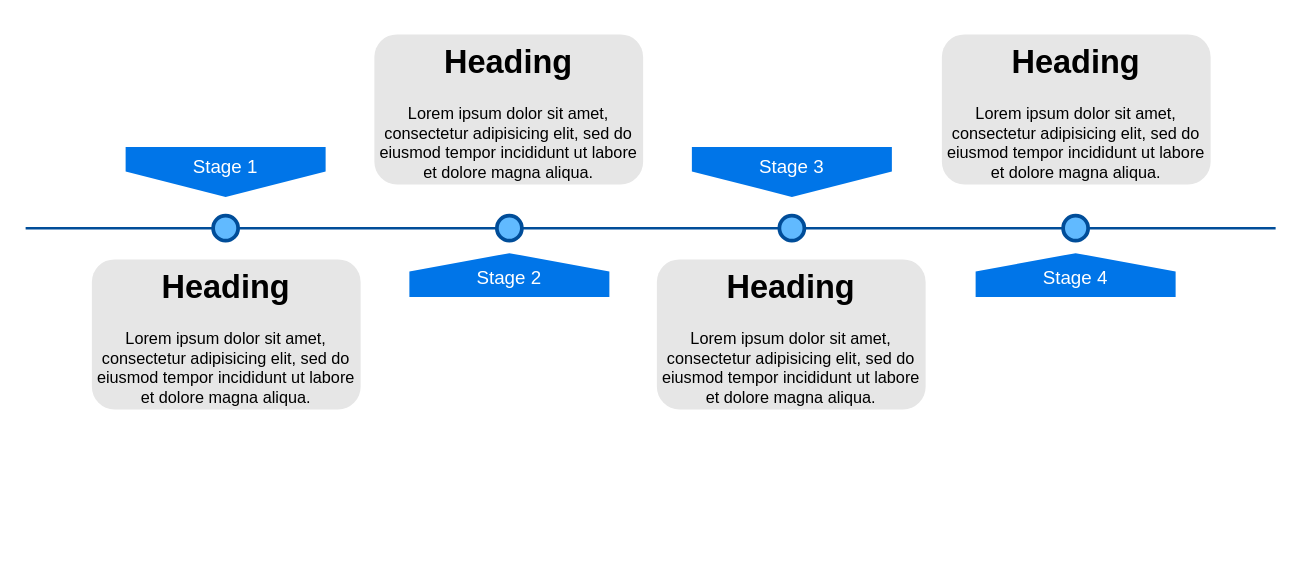
Above: files/3.drawio in hezhongfeng/DRAWIO (draw.io), before the change. Source tidied: cells renumbered, new cells numbered last; positions are measured from the earlier drawing's top-left corner, leaving out a move shared by most shapes. Both pictures are drawn from the tidied source at 125%, with x=0, y=0 at pixel (25, 34).
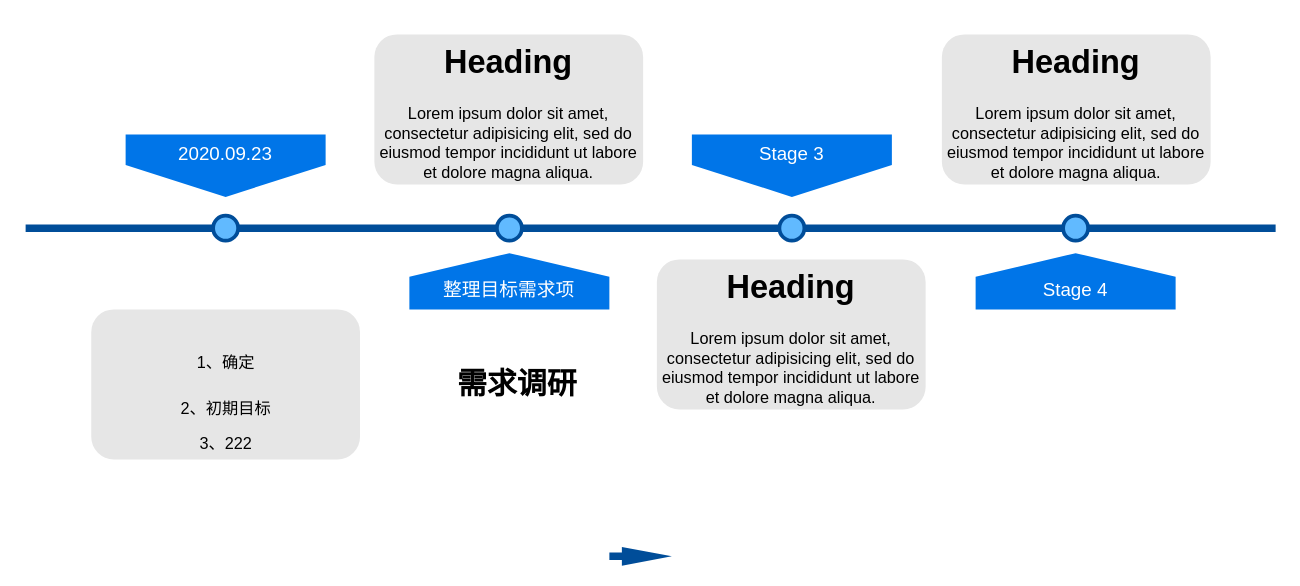
Above is the later version.

The edit, as a diff of the source:
```diff
@@
 <mxGraphModel background="#ffffff">
   <root>
     <mxCell id="0" />
     <mxCell id="1" parent="0" />
-    <mxCell id="2" style="line;strokeWidth=2;html=1;fillColor=none;fontSize=28;fontColor=#004D99;strokeColor=#004D99;" parent="1" vertex="1">
+    <mxCell id="2" style="line;strokeWidth=6;html=1;fillColor=none;fontSize=28;fontColor=#004D99;strokeColor=#004D99;" parent="1" vertex="1">
       <mxGeometry y="150" width="1000" height="10" as="geometry" />
     </mxCell>
-    <mxCell id="3" value="Stage 1" style="shape=offPageConnector;whiteSpace=wrap;html=1;fillColor=#0075E8;fontSize=15;fontColor=#FFFFFF;size=0.5093750000000015;verticalAlign=top;strokeColor=none;" parent="1" vertex="1">
-      <mxGeometry x="80" y="90" width="160" height="40" as="geometry" />
+    <mxCell id="3" value="2020.09.23" style="shape=offPageConnector;whiteSpace=wrap;html=1;fillColor=#0075E8;fontSize=15;fontColor=#FFFFFF;size=0.5093750000000015;verticalAlign=top;strokeColor=none;" parent="1" vertex="1">
+      <mxGeometry x="80" y="80" width="160" height="50" as="geometry" />
     </mxCell>
     <mxCell id="4" value="&lt;span&gt;Stage 3&lt;/span&gt;" style="shape=offPageConnector;whiteSpace=wrap;html=1;fillColor=#0075E8;fontSize=15;fontColor=#FFFFFF;size=0.5093750000000015;verticalAlign=top;strokeColor=none;" parent="1" vertex="1">
-      <mxGeometry x="533" y="90" width="160" height="40" as="geometry" />
+      <mxGeometry x="533" y="80" width="160" height="50" as="geometry" />
     </mxCell>
-    <mxCell id="5" value="&lt;span&gt;Stage 2&lt;/span&gt;" style="shape=offPageConnector;whiteSpace=wrap;html=1;fillColor=#0075E8;fontSize=15;fontColor=#FFFFFF;size=0.4178571428571445;flipV=1;verticalAlign=bottom;strokeColor=none;spacingBottom=4;" parent="1" vertex="1">
-      <mxGeometry x="307" y="175" width="160" height="35" as="geometry" />
+    <mxCell id="5" value="&lt;span&gt;整理目标需求项&lt;/span&gt;" style="shape=offPageConnector;whiteSpace=wrap;html=1;fillColor=#0075E8;fontSize=15;fontColor=#FFFFFF;size=0.4178571428571445;flipV=1;verticalAlign=bottom;strokeColor=none;spacingBottom=4;" parent="1" vertex="1">
+      <mxGeometry x="307" y="175" width="160" height="45" as="geometry" />
     </mxCell>
     <mxCell id="6" value="&lt;span&gt;Stage 4&lt;/span&gt;" style="shape=offPageConnector;whiteSpace=wrap;html=1;fillColor=#0075E8;fontSize=15;fontColor=#FFFFFF;size=0.4178571428571445;flipV=1;verticalAlign=bottom;strokeColor=none;spacingBottom=4;" parent="1" vertex="1">
-      <mxGeometry x="760" y="175" width="160" height="35" as="geometry" />
+      <mxGeometry x="760" y="175" width="160" height="45" as="geometry" />
     </mxCell>
     <mxCell id="7" style="ellipse;whiteSpace=wrap;html=1;fillColor=#61BAFF;fontSize=28;fontColor=#004D99;strokeWidth=3;strokeColor=#004D99;" parent="1" vertex="1">
       <mxGeometry x="150" y="145" width="20" height="20" as="geometry" />
     </mxCell>
     <mxCell id="8" style="ellipse;whiteSpace=wrap;html=1;fillColor=#61BAFF;fontSize=28;fontColor=#004D99;strokeWidth=3;strokeColor=#004D99;" parent="1" vertex="1">
       <mxGeometry x="377" y="145" width="20" height="20" as="geometry" />
     </mxCell>
     <mxCell id="9" style="ellipse;whiteSpace=wrap;html=1;fillColor=#61BAFF;fontSize=28;fontColor=#004D99;strokeWidth=3;strokeColor=#004D99;" parent="1" vertex="1">
       <mxGeometry x="603" y="145" width="20" height="20" as="geometry" />
     </mxCell>
     <mxCell id="10" style="ellipse;whiteSpace=wrap;html=1;fillColor=#61BAFF;fontSize=28;fontColor=#004D99;strokeWidth=3;strokeColor=#004D99;" parent="1" vertex="1">
       <mxGeometry x="830" y="145" width="20" height="20" as="geometry" />
     </mxCell>
-    <mxCell id="11" value="&lt;h1&gt;Heading&lt;/h1&gt;&lt;p&gt;Lorem ipsum dolor sit amet, consectetur adipisicing elit, sed do eiusmod tempor incididunt ut labore et dolore magna aliqua.&lt;/p&gt;" style="text;html=1;spacing=5;spacingTop=-20;whiteSpace=wrap;overflow=hidden;strokeColor=none;strokeWidth=3;fillColor=#E6E6E6;fontSize=13;fontColor=#000000;align=center;rounded=1;" parent="1" vertex="1">
-      <mxGeometry x="53" y="180" width="215" height="120" as="geometry" />
+    <mxCell id="11" value="&lt;h1&gt;&lt;span style=&quot;font-size: 13px ; font-weight: normal&quot;&gt;1、确定&lt;/span&gt;&lt;br&gt;&lt;/h1&gt;&lt;p&gt;2、初期目标&lt;/p&gt;&lt;p&gt;3、222&lt;/p&gt;" style="text;html=1;spacing=5;spacingTop=0;whiteSpace=wrap;overflow=hidden;strokeColor=none;strokeWidth=3;fillColor=#E6E6E6;fontSize=13;fontColor=#000000;align=center;rounded=1;verticalAlign=middle;labelPosition=center;verticalLabelPosition=middle;labelBorderColor=none;" parent="1" vertex="1">
+      <mxGeometry x="52.5" y="220" width="215" height="120" as="geometry" />
     </mxCell>
     <mxCell id="12" value="&lt;h1&gt;Heading&lt;/h1&gt;&lt;p&gt;Lorem ipsum dolor sit amet, consectetur adipisicing elit, sed do eiusmod tempor incididunt ut labore et dolore magna aliqua.&lt;/p&gt;" style="text;html=1;spacing=5;spacingTop=-20;whiteSpace=wrap;overflow=hidden;strokeColor=none;strokeWidth=3;fillColor=#E6E6E6;fontSize=13;fontColor=#000000;align=center;rounded=1;" parent="1" vertex="1">
       <mxGeometry x="279" width="215" height="120" as="geometry" />
     </mxCell>
     <mxCell id="13" value="&lt;h1&gt;Heading&lt;/h1&gt;&lt;p&gt;Lorem ipsum dolor sit amet, consectetur adipisicing elit, sed do eiusmod tempor incididunt ut labore et dolore magna aliqua.&lt;/p&gt;" style="text;html=1;spacing=5;spacingTop=-20;whiteSpace=wrap;overflow=hidden;strokeColor=none;strokeWidth=3;fillColor=#E6E6E6;fontSize=13;fontColor=#000000;align=center;rounded=1;" parent="1" vertex="1">
       <mxGeometry x="505" y="180" width="215" height="120" as="geometry" />
     </mxCell>
     <mxCell id="14" value="&lt;h1&gt;Heading&lt;/h1&gt;&lt;p&gt;Lorem ipsum dolor sit amet, consectetur adipisicing elit, sed do eiusmod tempor incididunt ut labore et dolore magna aliqua.&lt;/p&gt;" style="text;html=1;spacing=5;spacingTop=-20;whiteSpace=wrap;overflow=hidden;strokeColor=none;strokeWidth=3;fillColor=#E6E6E6;fontSize=13;fontColor=#000000;align=center;rounded=1;" parent="1" vertex="1">
       <mxGeometry x="733" width="215" height="120" as="geometry" />
     </mxCell>
+    <mxCell id="15" style="html=1;shadow=0;dashed=0;align=center;verticalAlign=middle;shape=mxgraph.arrows2.arrow;dy=0.6;dx=40;notch=0;strokeWidth=6;fillColor=#004D99;strokeColor=none;" parent="1" vertex="1">
+      <mxGeometry x="467" y="410" width="50" height="15" as="geometry" />
+    </mxCell>
+    <mxCell id="16" value="&lt;h1&gt;需求调研&lt;/h1&gt;" style="text;html=1;strokeColor=none;fillColor=none;align=center;verticalAlign=middle;whiteSpace=wrap;rounded=0;" parent="1" vertex="1">
+      <mxGeometry x="337" y="270" width="113" height="20" as="geometry" />
+    </mxCell>
   </root>
 </mxGraphModel>
```
